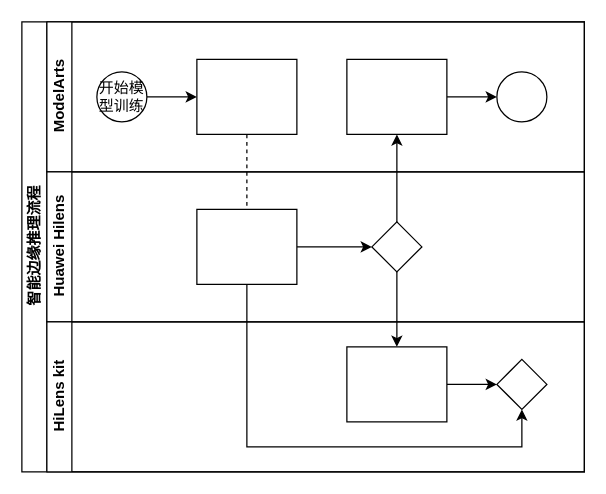
This is Untitled Diagram.drawio from uclock1995/threejs_p1, a draw.io file, before an edit. Source tidied: cells renumbered, new cells numbered last; positions are measured from the earlier drawing's top-left corner, leaving out a move shared by most shapes. Both pictures are drawn from the tidied source at 125%, with x=0, y=0 at pixel (21, 21).
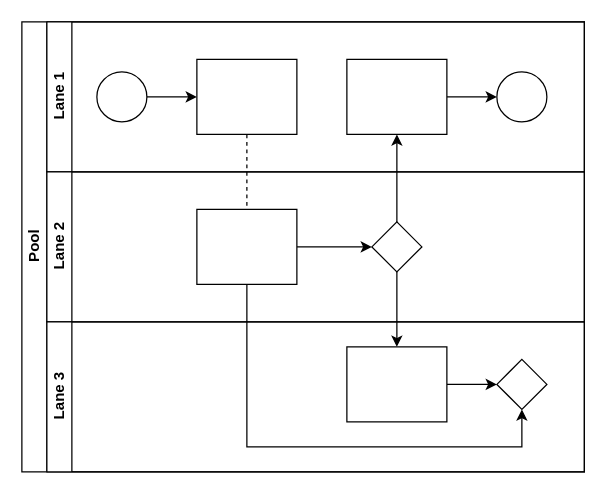
After the change.

Diff of the diagram source:
```diff
@@
-    <mxCell id="2" value="智能边缘推理流程" style="swimlane;html=1;horizontal=0;startSize=20;" parent="1" vertex="1">
+    <mxCell id="2" value="Pool" style="swimlane;html=1;horizontal=0;startSize=20;" parent="1" vertex="1">
       <mxGeometry width="450" height="360" as="geometry" />
     </mxCell>
@@
-    <mxCell id="7" value="ModelArts" style="swimlane;html=1;startSize=20;horizontal=0;" parent="2" vertex="1">
+    <mxCell id="7" value="Lane 1" style="swimlane;html=1;startSize=20;horizontal=0;" parent="2" vertex="1">
       <mxGeometry x="20" width="430" height="120" as="geometry" />
     </mxCell>
@@
-    <mxCell id="9" value="开始模型训练" style="ellipse;whiteSpace=wrap;html=1;" parent="7" vertex="1">
+    <mxCell id="9" style="ellipse;whiteSpace=wrap;html=1;" parent="7" vertex="1">
       <mxGeometry x="40" y="40" width="40" height="40" as="geometry" />
     </mxCell>
@@
-    <mxCell id="14" value="Huawei Hilens" style="swimlane;html=1;startSize=20;horizontal=0;" parent="2" vertex="1">
+    <mxCell id="14" value="Lane 2" style="swimlane;html=1;startSize=20;horizontal=0;" parent="2" vertex="1">
       <mxGeometry x="20" y="120" width="430" height="120" as="geometry" />
     </mxCell>
@@
-    <mxCell id="18" value="HiLens kit" style="swimlane;html=1;startSize=20;horizontal=0;" parent="2" vertex="1">
+    <mxCell id="18" value="Lane 3" style="swimlane;html=1;startSize=20;horizontal=0;" parent="2" vertex="1">
       <mxGeometry x="20" y="240" width="430" height="120" as="geometry" />
     </mxCell>
```
